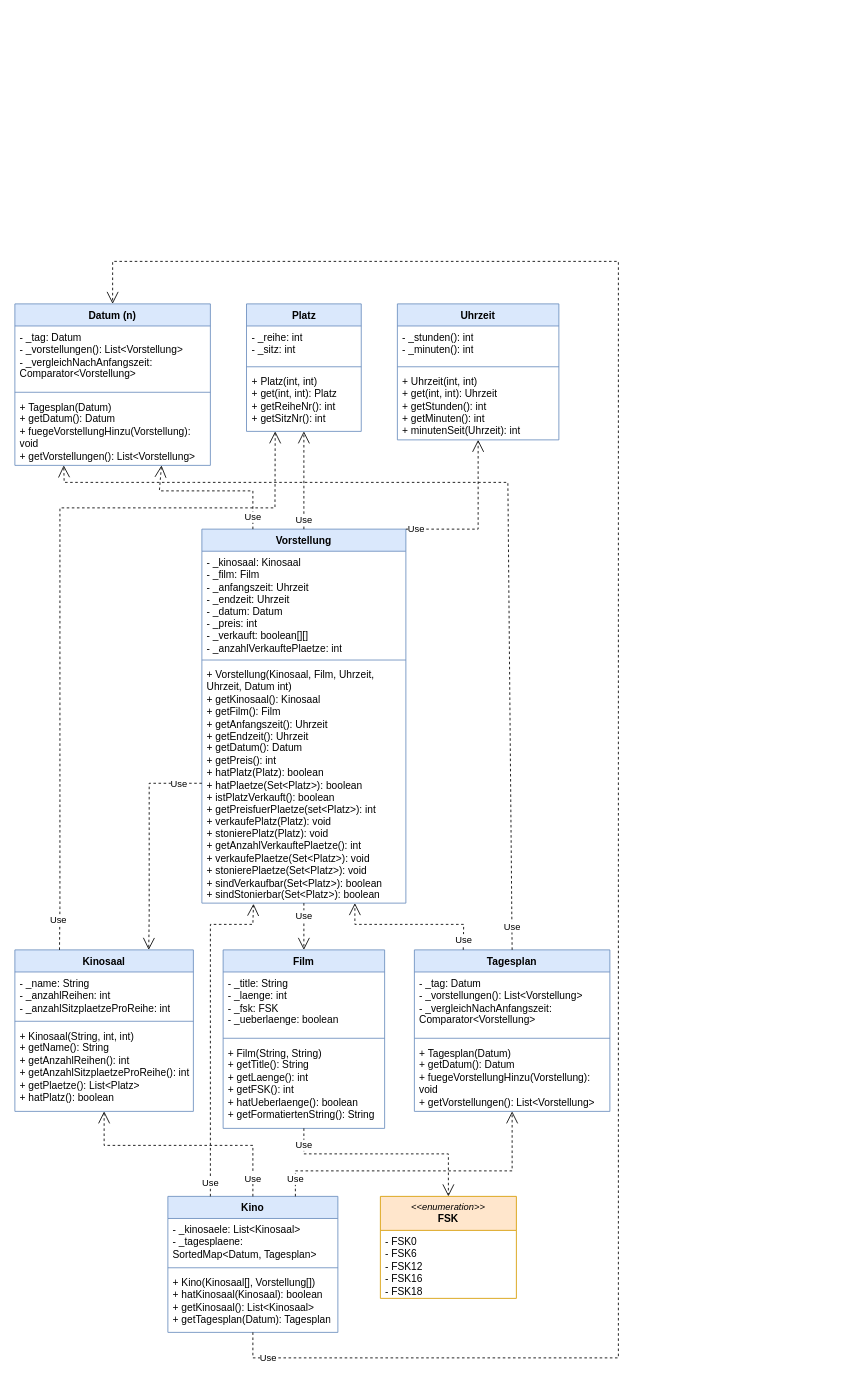
Before: Kino.drawio in minmyatthu556/diagramm, a draw.io diagram. Source tidied: cells renumbered, new cells numbered last; positions are measured from the earlier drawing's top-left corner, leaving out a move shared by most shapes. Both pictures are drawn from the tidied source at 85%, with x=0, y=0 at pixel (14, 261).
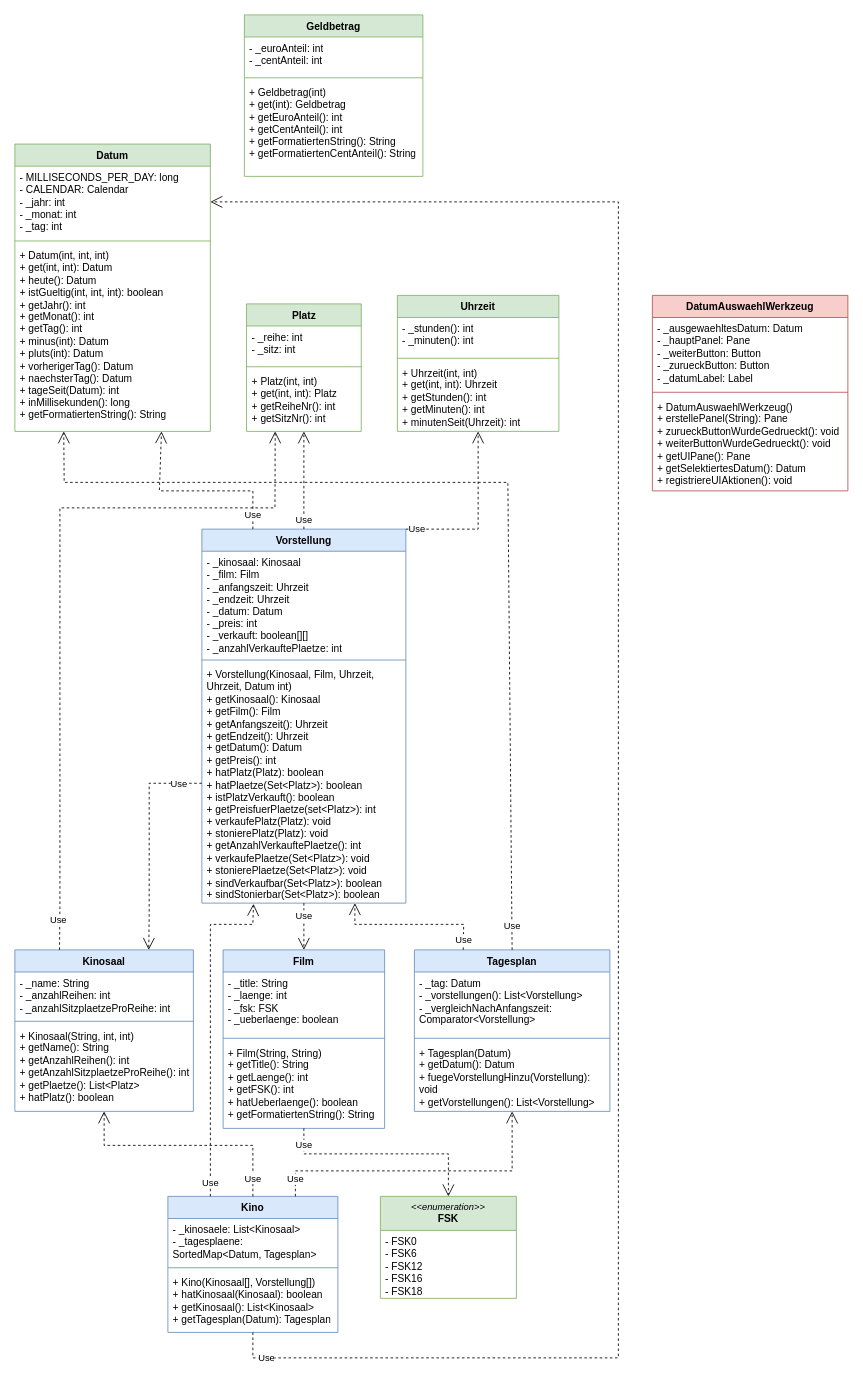
Above is the later version.

Unchanged cells that the change refers to:
```xml
<mxCell id="6" value="Kino" style="swimlane;fontStyle=1;align=center;verticalAlign=top;horizontal=1;startSize=26;whiteSpace=wrap;html=1;fillColor=#dae8fc;strokeColor=#6c8ebf;" parent="1" vertex="1">
  <mxGeometry x="180" y="1100" width="200" height="160" as="geometry" />
</mxCell>
```

Diff of the diagram source:
```diff
@@
-    <mxCell id="14" value="Platz" style="swimlane;fontStyle=1;align=center;verticalAlign=top;horizontal=1;startSize=26;whiteSpace=wrap;html=1;fillColor=#dae8fc;strokeColor=#6c8ebf;" parent="1" vertex="1">
+    <mxCell id="14" value="Platz" style="swimlane;fontStyle=1;align=center;verticalAlign=top;horizontal=1;startSize=26;whiteSpace=wrap;html=1;fillColor=#d5e8d4;strokeColor=#82b366;" parent="1" vertex="1">
       <mxGeometry x="272.5" y="50" width="135" height="150" as="geometry" />
     </mxCell>
@@
-    <mxCell id="25" value="Use" style="endArrow=open;endSize=12;dashed=1;html=1;rounded=0;exitX=0.5;exitY=1;exitDx=0;exitDy=0;entryX=0.5;entryY=0;entryDx=0;entryDy=0;" parent="1" edge="1" source="6" target="43">
+    <mxCell id="25" value="Use" style="endArrow=open;endSize=12;dashed=1;html=1;rounded=0;exitX=0.5;exitY=1;exitDx=0;exitDy=0;entryX=1;entryY=0.5;entryDx=0;entryDy=0;" parent="1" edge="1" source="6" target="44">
       <mxGeometry x="-0.96" relative="1" as="geometry">
         <Array as="points">
           <mxPoint x="280" y="1290" />
           <mxPoint x="710" y="1290" />
           <mxPoint x="710" y="790" />
-          <mxPoint x="710" />
-          <mxPoint x="115" />
+          <mxPoint x="710" y="-70" />
         </Array>
       </mxGeometry>
     </mxCell>
@@
-    <mxCell id="36" value="Uhrzeit" style="swimlane;fontStyle=1;align=center;verticalAlign=top;horizontal=1;startSize=26;whiteSpace=wrap;html=1;fillColor=#dae8fc;strokeColor=#6c8ebf;" parent="1" vertex="1">
-      <mxGeometry x="450" y="50" width="190" height="160" as="geometry" />
+    <mxCell id="36" value="Uhrzeit" style="swimlane;fontStyle=1;align=center;verticalAlign=top;horizontal=1;startSize=26;whiteSpace=wrap;html=1;fillColor=#d5e8d4;strokeColor=#82b366;" parent="1" vertex="1">
+      <mxGeometry x="450" y="40" width="190" height="160" as="geometry" />
     </mxCell>
@@
-    <mxCell id="43" value="Datum (n)" style="swimlane;fontStyle=1;align=center;verticalAlign=top;horizontal=1;startSize=26;whiteSpace=wrap;html=1;fillColor=#dae8fc;strokeColor=#6c8ebf;" parent="1" vertex="1">
-      <mxGeometry y="50" width="230" height="190" as="geometry" />
+    <mxCell id="43" value="Datum" style="swimlane;fontStyle=1;align=center;verticalAlign=top;horizontal=1;startSize=26;whiteSpace=wrap;html=1;fillColor=#d5e8d4;strokeColor=#82b366;" parent="1" vertex="1">
+      <mxGeometry y="-138" width="230" height="338" as="geometry" />
     </mxCell>
-    <mxCell id="44" value="- _tag: Datum&lt;div&gt;- _vorstellungen(): List&amp;lt;Vorstellung&amp;gt;&lt;/div&gt;&lt;div&gt;- _vergleichNachAnfangszeit:&amp;nbsp;&lt;/div&gt;&lt;div&gt;&lt;span style=&quot;background-color: initial;&quot;&gt;Comparator&amp;lt;Vorstellung&amp;gt;&lt;/span&gt;&lt;/div&gt;" style="text;strokeColor=none;fillColor=none;align=left;verticalAlign=top;spacingLeft=4;spacingRight=4;overflow=hidden;points=[[0,0.5],[1,0.5]];portConstraint=eastwest;whiteSpace=wrap;html=1;" parent="43" vertex="1">
-      <mxGeometry y="26" width="230" height="74" as="geometry" />
+    <mxCell id="44" value="- MILLISECONDS_PER_DAY: long&lt;div&gt;- CALENDAR: Calendar&lt;br&gt;&lt;div&gt;- _jahr: int&lt;/div&gt;&lt;div&gt;- _monat: int&lt;/div&gt;&lt;div&gt;- _tag: int&lt;/div&gt;&lt;/div&gt;" style="text;strokeColor=none;fillColor=none;align=left;verticalAlign=top;spacingLeft=4;spacingRight=4;overflow=hidden;points=[[0,0.5],[1,0.5]];portConstraint=eastwest;whiteSpace=wrap;html=1;" parent="43" vertex="1">
+      <mxGeometry y="26" width="230" height="84" as="geometry" />
     </mxCell>
     <mxCell id="45" style="line;strokeWidth=1;fillColor=none;align=left;verticalAlign=middle;spacingTop=-1;spacingLeft=3;spacingRight=3;labelPosition=right;strokeColor=inherit;" parent="43" vertex="1">
-      <mxGeometry y="100" width="230" height="8" as="geometry" />
+      <mxGeometry y="110" width="230" height="8" as="geometry" />
     </mxCell>
-    <mxCell id="46" value="+ Tagesplan(Datum)&lt;div&gt;+ getDatum(): Datum&lt;/div&gt;&lt;div&gt;+ fuegeVorstellungHinzu(Vorstellung): void&lt;/div&gt;&lt;div&gt;+ getVorstellungen(): List&amp;lt;Vorstellung&amp;gt;&lt;/div&gt;" style="text;strokeColor=none;fillColor=none;align=left;verticalAlign=top;spacingLeft=4;spacingRight=4;overflow=hidden;whiteSpace=wrap;html=1;" parent="43" vertex="1">
-      <mxGeometry y="108" width="230" height="82" as="geometry" />
+    <mxCell id="46" value="+ Datum(int, int, int)&lt;div&gt;+ get(int, int): Datum&lt;/div&gt;&lt;div&gt;+ heute(): Datum&lt;/div&gt;&lt;div&gt;+ istGueltig(int, int, int): boolean&lt;/div&gt;&lt;div&gt;+ getJahr(): int&lt;/div&gt;&lt;div&gt;+ getMonat(): int&lt;/div&gt;&lt;div&gt;+ getTag(): int&lt;/div&gt;&lt;div&gt;+ minus(int): Datum&lt;/div&gt;&lt;div&gt;+ pluts(int): Datum&lt;/div&gt;&lt;div&gt;+ vorherigerTag(): Datum&lt;/div&gt;&lt;div&gt;+ naechsterTag(): Datum&lt;/div&gt;&lt;div&gt;+ tageSeit(Datum): int&lt;/div&gt;&lt;div&gt;+ inMillisekunden(): long&lt;/div&gt;&lt;div&gt;+ getFormatiertenString(): String&lt;/div&gt;" style="text;strokeColor=none;fillColor=none;align=left;verticalAlign=top;spacingLeft=4;spacingRight=4;overflow=hidden;whiteSpace=wrap;html=1;" parent="43" vertex="1">
+      <mxGeometry y="118" width="230" height="220" as="geometry" />
     </mxCell>
-    <mxCell id="47" value="&lt;div style=&quot;font-size: 11px;&quot;&gt;&lt;i style=&quot;font-weight: normal;&quot;&gt;&amp;lt;&amp;lt;enumeration&amp;gt;&amp;gt;&lt;/i&gt;&lt;/div&gt;FSK" style="swimlane;fontStyle=1;align=center;verticalAlign=top;horizontal=1;startSize=40;whiteSpace=wrap;html=1;fillColor=#ffe6cc;strokeColor=#d79b00;" parent="1" vertex="1">
+    <mxCell id="47" value="&lt;div style=&quot;font-size: 11px;&quot;&gt;&lt;i style=&quot;font-weight: normal;&quot;&gt;&amp;lt;&amp;lt;enumeration&amp;gt;&amp;gt;&lt;/i&gt;&lt;/div&gt;FSK" style="swimlane;fontStyle=1;align=center;verticalAlign=top;horizontal=1;startSize=40;whiteSpace=wrap;html=1;fillColor=#d5e8d4;strokeColor=#82b366;" parent="1" vertex="1">
       <mxGeometry x="430" y="1100" width="160" height="120" as="geometry" />
     </mxCell>
@@
+    <mxCell id="49" value="Geldbetrag" style="swimlane;fontStyle=1;align=center;verticalAlign=top;horizontal=1;startSize=26;whiteSpace=wrap;html=1;fillColor=#d5e8d4;strokeColor=#82b366;" parent="1" vertex="1">
+      <mxGeometry x="270" y="-290" width="210" height="190" as="geometry" />
+    </mxCell>
+    <mxCell id="50" value="- _euroAnteil: int&lt;div&gt;- _centAnteil: int&lt;/div&gt;" style="text;strokeColor=none;fillColor=none;align=left;verticalAlign=top;spacingLeft=4;spacingRight=4;overflow=hidden;whiteSpace=wrap;html=1;" parent="49" vertex="1">
+      <mxGeometry y="26" width="210" height="44" as="geometry" />
+    </mxCell>
+    <mxCell id="51" style="line;strokeWidth=1;fillColor=none;align=left;verticalAlign=middle;spacingTop=-1;spacingLeft=3;spacingRight=3;labelPosition=right;strokeColor=inherit;" parent="49" vertex="1">
+      <mxGeometry y="70" width="210" height="8" as="geometry" />
+    </mxCell>
+    <mxCell id="52" value="+ Geldbetrag(int)&lt;div&gt;+ get(int): Geldbetrag&lt;/div&gt;&lt;div&gt;+ getEuroAnteil(): int&lt;/div&gt;&lt;div&gt;+ getCentAnteil(): int&lt;/div&gt;&lt;div&gt;+ getFormatiertenString(): String&lt;/div&gt;&lt;div&gt;+ getFormatiertenCentAnteil(): String&lt;/div&gt;" style="text;strokeColor=none;fillColor=none;align=left;verticalAlign=top;spacingLeft=4;spacingRight=4;overflow=hidden;whiteSpace=wrap;html=1;" parent="49" vertex="1">
+      <mxGeometry y="78" width="210" height="112" as="geometry" />
+    </mxCell>
+    <mxCell id="53" value="DatumAuswaehlWerkzeug" style="swimlane;fontStyle=1;align=center;verticalAlign=top;horizontal=1;startSize=26;whiteSpace=wrap;html=1;fillColor=#f8cecc;strokeColor=#b85450;" parent="1" vertex="1">
+      <mxGeometry x="750" y="40" width="230" height="230" as="geometry" />
+    </mxCell>
+    <mxCell id="54" value="- _ausgewaehltesDatum: Datum&lt;div&gt;- _hauptPanel: Pane&lt;/div&gt;&lt;div&gt;- _weiterButton: Button&lt;/div&gt;&lt;div&gt;- _zurueckButton: Button&lt;/div&gt;&lt;div&gt;- _datumLabel: Label&lt;/div&gt;" style="text;strokeColor=none;fillColor=none;align=left;verticalAlign=top;spacingLeft=4;spacingRight=4;overflow=hidden;whiteSpace=wrap;html=1;" parent="53" vertex="1">
+      <mxGeometry y="26" width="230" height="84" as="geometry" />
+    </mxCell>
+    <mxCell id="55" style="line;strokeWidth=1;fillColor=none;align=left;verticalAlign=middle;spacingTop=-1;spacingLeft=3;spacingRight=3;labelPosition=right;strokeColor=inherit;" parent="53" vertex="1">
+      <mxGeometry y="110" width="230" height="8" as="geometry" />
+    </mxCell>
+    <mxCell id="56" value="+ DatumAuswaehlWerkzeug()&lt;div&gt;+ erstellePanel(String): Pane&lt;/div&gt;&lt;div&gt;+ zurueckButtonWurdeGedrueckt(): void&lt;/div&gt;&lt;div&gt;+ weiterButtonWurdeGedrueckt(): void&lt;/div&gt;&lt;div&gt;+ getUIPane(): Pane&lt;/div&gt;&lt;div&gt;+ getSelektiertesDatum(): Datum&lt;/div&gt;&lt;div&gt;+ registriereUIAktionen(): void&lt;/div&gt;" style="text;strokeColor=none;fillColor=none;align=left;verticalAlign=top;spacingLeft=4;spacingRight=4;overflow=hidden;whiteSpace=wrap;html=1;" parent="53" vertex="1">
+      <mxGeometry y="118" width="230" height="112" as="geometry" />
+    </mxCell>
```
